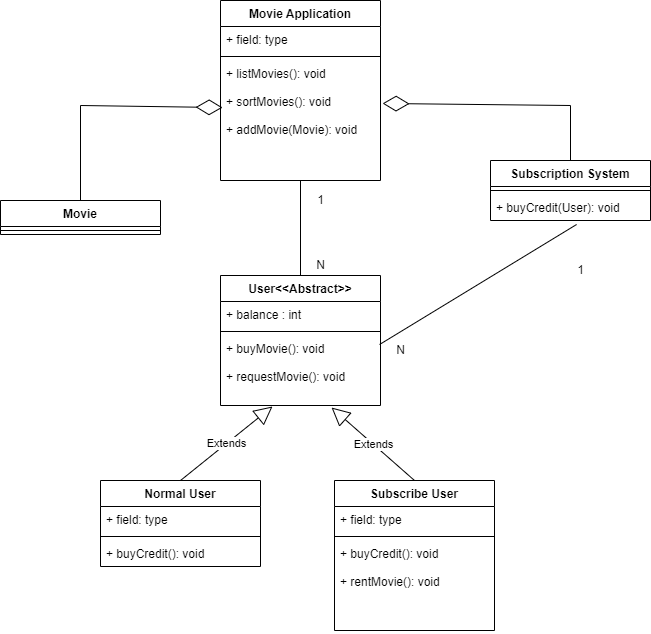
Before: OnlineMovieSystem/OnlineMovieSystem.png, a diagram exported from draw.io (nedimozhan/KodluyoruzOOP). Source tidied: cells renumbered, new cells last; positions are measured from the earlier drawing's top-left corner, leaving out a move shared by most shapes.
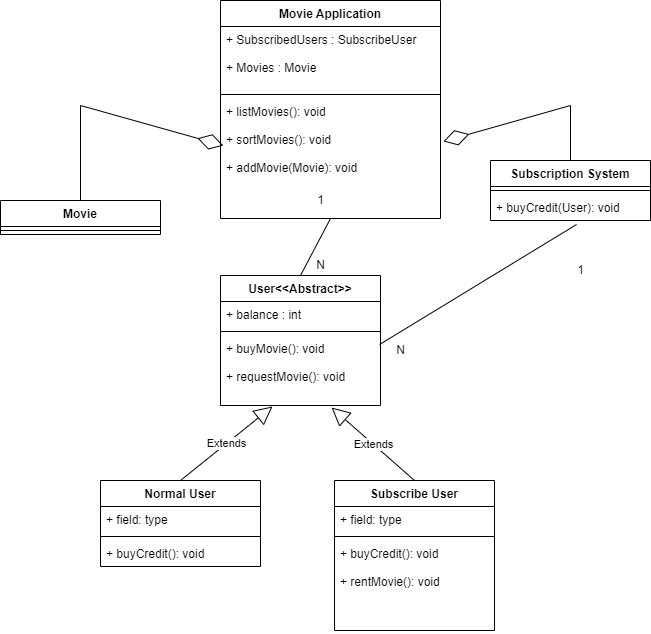
The same file after the commit.

Commit message:
Updated Online Movie System UML

What changed in the source:
```diff
@@ -3,16 +3,16 @@
     <mxCell id="0" />
     <mxCell id="1" parent="0" />
     <mxCell id="2" value="Movie Application" style="swimlane;fontStyle=1;align=center;verticalAlign=top;horizontal=1;startSize=26;" parent="1" vertex="1">
-      <mxGeometry x="220" width="160" height="180" as="geometry" />
+      <mxGeometry x="220" width="220" height="218" as="geometry" />
     </mxCell>
-    <mxCell id="3" value="+ field: type" style="text;strokeColor=none;fillColor=none;align=left;verticalAlign=top;spacingLeft=4;spacingRight=4;overflow=hidden;" parent="2" vertex="1">
-      <mxGeometry y="26" width="160" height="26" as="geometry" />
+    <mxCell id="3" value="+ SubscribedUsers : SubscribeUser&#10;&#10;+ Movies : Movie" style="text;strokeColor=none;fillColor=none;align=left;verticalAlign=top;spacingLeft=4;spacingRight=4;overflow=hidden;" parent="2" vertex="1">
+      <mxGeometry y="26" width="220" height="64" as="geometry" />
     </mxCell>
     <mxCell id="4" style="line;strokeWidth=1;fillColor=none;align=left;verticalAlign=middle;spacingTop=-1;spacingLeft=3;spacingRight=3;labelPosition=right;" parent="2" vertex="1">
-      <mxGeometry y="52" width="160" height="8" as="geometry" />
+      <mxGeometry y="90" width="220" height="8" as="geometry" />
     </mxCell>
     <mxCell id="5" value="+ listMovies(): void&#10;&#10;+ sortMovies(): void&#10;&#10;+ addMovie(Movie): void" style="text;strokeColor=none;fillColor=none;align=left;verticalAlign=top;spacingLeft=4;spacingRight=4;overflow=hidden;points=[[0,0.5],[1,0.5]];portConstraint=eastwest;" parent="2" vertex="1">
-      <mxGeometry y="60" width="160" height="120" as="geometry" />
+      <mxGeometry y="98" width="220" height="120" as="geometry" />
     </mxCell>
     <mxCell id="6" value="User&lt;&lt;Abstract&gt;&gt;" style="swimlane;fontStyle=1;align=center;verticalAlign=top;horizontal=1;startSize=26;" parent="1" vertex="1">
       <mxGeometry x="220" y="275" width="160" height="130" as="geometry" />
```
